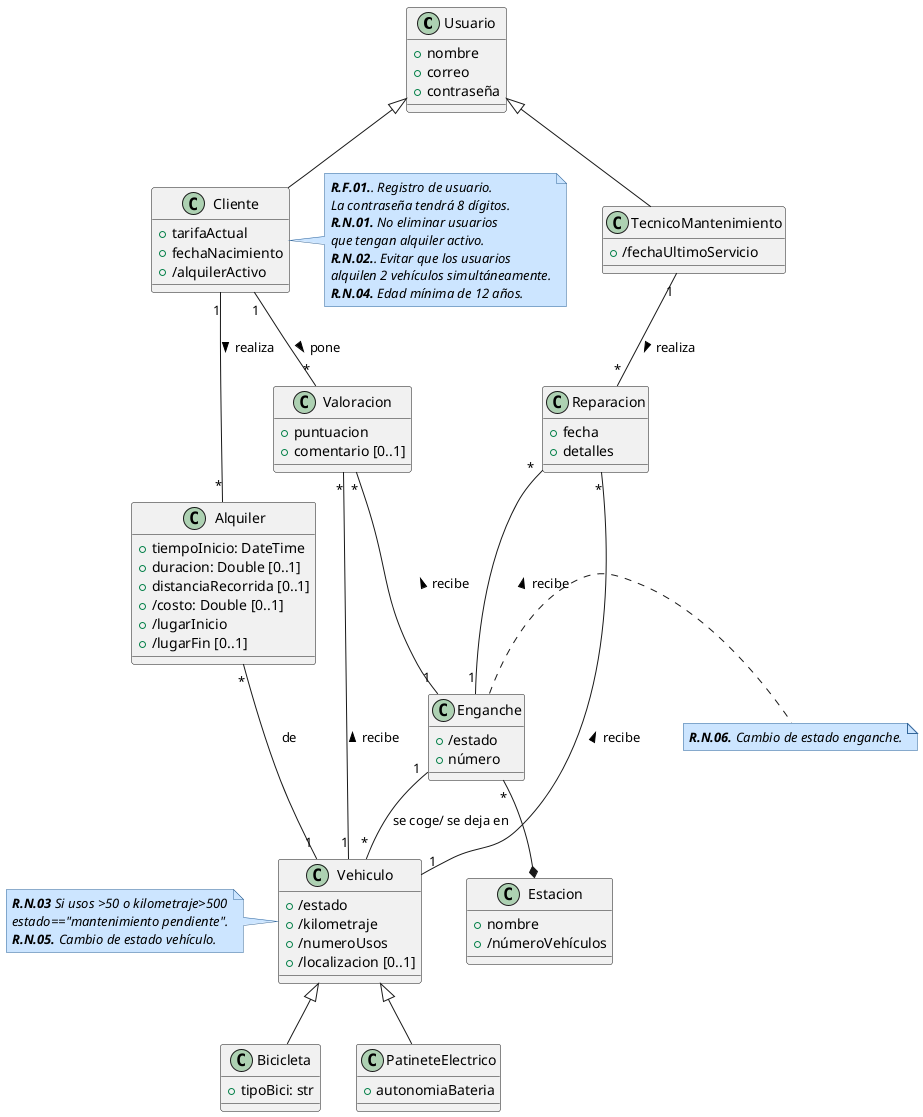
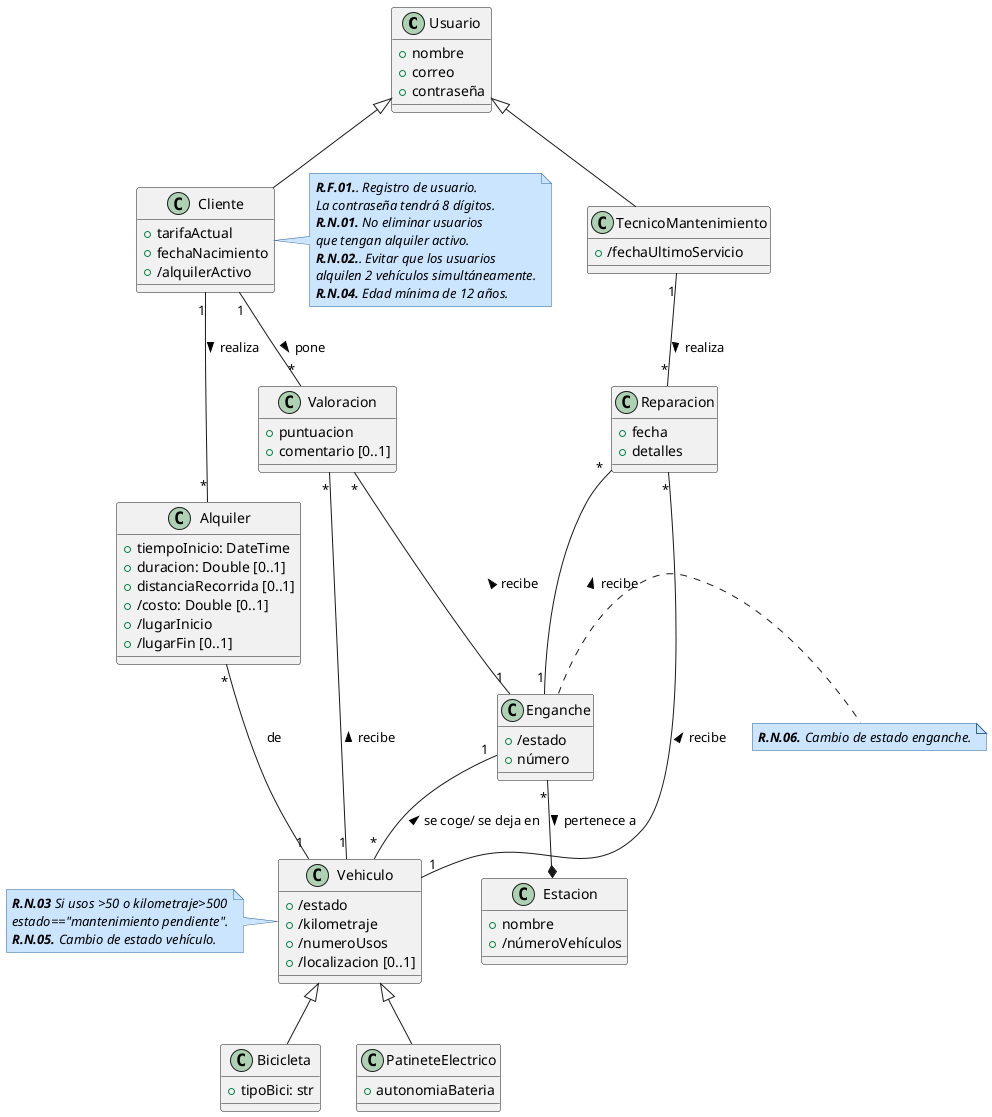
@startuml DiagramaClases

skinparam note {
  BackgroundColor #cce5ff
  BorderColor #336699
  FontStyle italic
}

class Usuario {
    +nombre
    +correo
    +contraseña
}

class Cliente {
    +tarifaActual
    +fechaNacimiento
    +/alquilerActivo
}
note right
'''
 **R.F.01.**. Registro de usuario.
 La contraseña tendrá 8 dígitos.
 **R.N.01.** No eliminar usuarios
 que tengan alquiler activo.
 **R.N.02.**. Evitar que los usuarios
 alquilen 2 vehículos simultáneamente.
 **R.N.04.** Edad mínima de 12 años.
'''
end note


class TecnicoMantenimiento {
    +/fechaUltimoServicio
}

class Reparacion {
    +fecha
    +detalles
}

class Valoracion {
    +puntuacion
    +comentario [0..1]
}

/'
La distancia recorrida la cuenta el vehículo con un
medidor incorporado y solo se registra cuando termina el recorrido.
Por eso mismo no es derivada de lugar inicio o fin, porque si no si acabas
en el mismo sitio la distancia recorrida sería 0.
'/
class Alquiler {
    +tiempoInicio: DateTime
    +duracion: Double [0..1]
    +distanciaRecorrida [0..1]
    +/costo: Double [0..1]
    +/lugarInicio
    +/lugarFin [0..1]
}

/'
La localización del vehículo se muestra cuando se guarda el vehículo.
No se guarda localización por GPS.
'/
class Vehiculo {
    +/estado
    +/kilometraje
    +/numeroUsos
    +/localizacion [0..1]
}
note left
'''
 **R.N.03** Si usos >50 o kilometraje>500
 estado=="mantenimiento pendiente".
 **R.N.05.** Cambio de estado vehículo.
'''
end note

class Estacion {
    +nombre
    +/númeroVehículos
}

class Enganche {
    +/estado
    +número
}
note right
'''
 **R.N.06.** Cambio de estado enganche.
'''
end note

class Bicicleta {
    +tipoBici: str
}

class PatineteElectrico {
    +autonomiaBateria
}

Usuario <|-- Cliente
Usuario <|-- TecnicoMantenimiento

- Enganche "*"--* Estacion
+ Enganche "*"--* Estacion : pertenece a >

'Relación directa valoraciones'
Cliente "1"--"*" Valoracion : pone >
Valoracion "*"--"1" Vehiculo : recibe <
Valoracion "*"--"1" Enganche : recibe <

TecnicoMantenimiento "1"--"*" Reparacion : realiza >
Reparacion "*"--"1" Vehiculo : recibe <
Reparacion "*"--"1" Enganche : recibe <

- Enganche "1" --"*" Vehiculo : se coge/ se deja en
+ Enganche "1" --"*" Vehiculo : se coge/ se deja en <


'Relacion de Alquileres'
Cliente "1"--"*"  Alquiler: realiza >

Alquiler "*"--"1" Vehiculo: de

Vehiculo <|-- Bicicleta
Vehiculo <|-- PatineteElectrico


@enduml